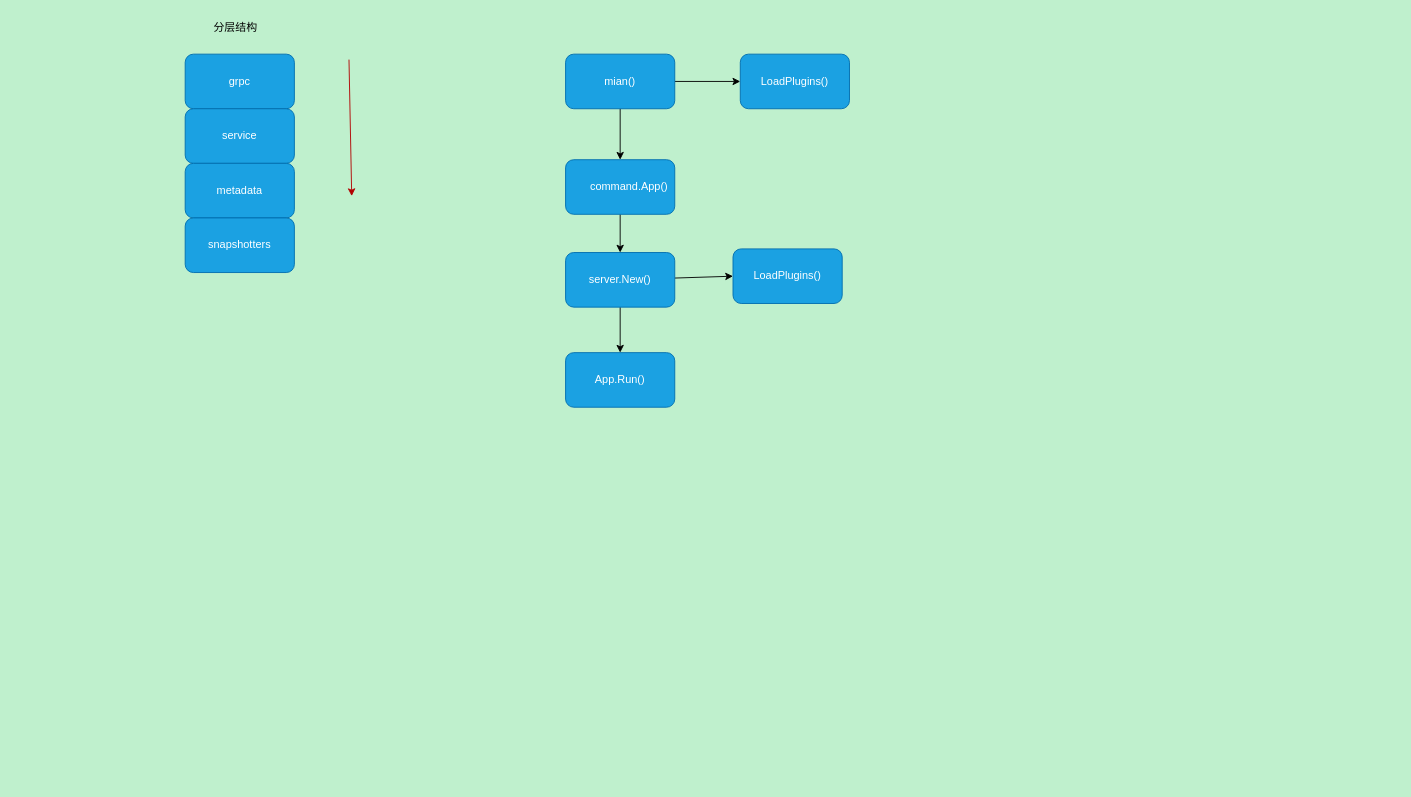
The draw.io diagram drawio/containerd.drawio in NatureLR/blog, before the edit. Source tidied: cells renumbered, new cells numbered last; positions are measured from the earlier drawing's top-left corner, leaving out a move shared by most shapes. Both pictures are drawn from the tidied source at 91%, with x=0, y=0 at pixel (185, 15).
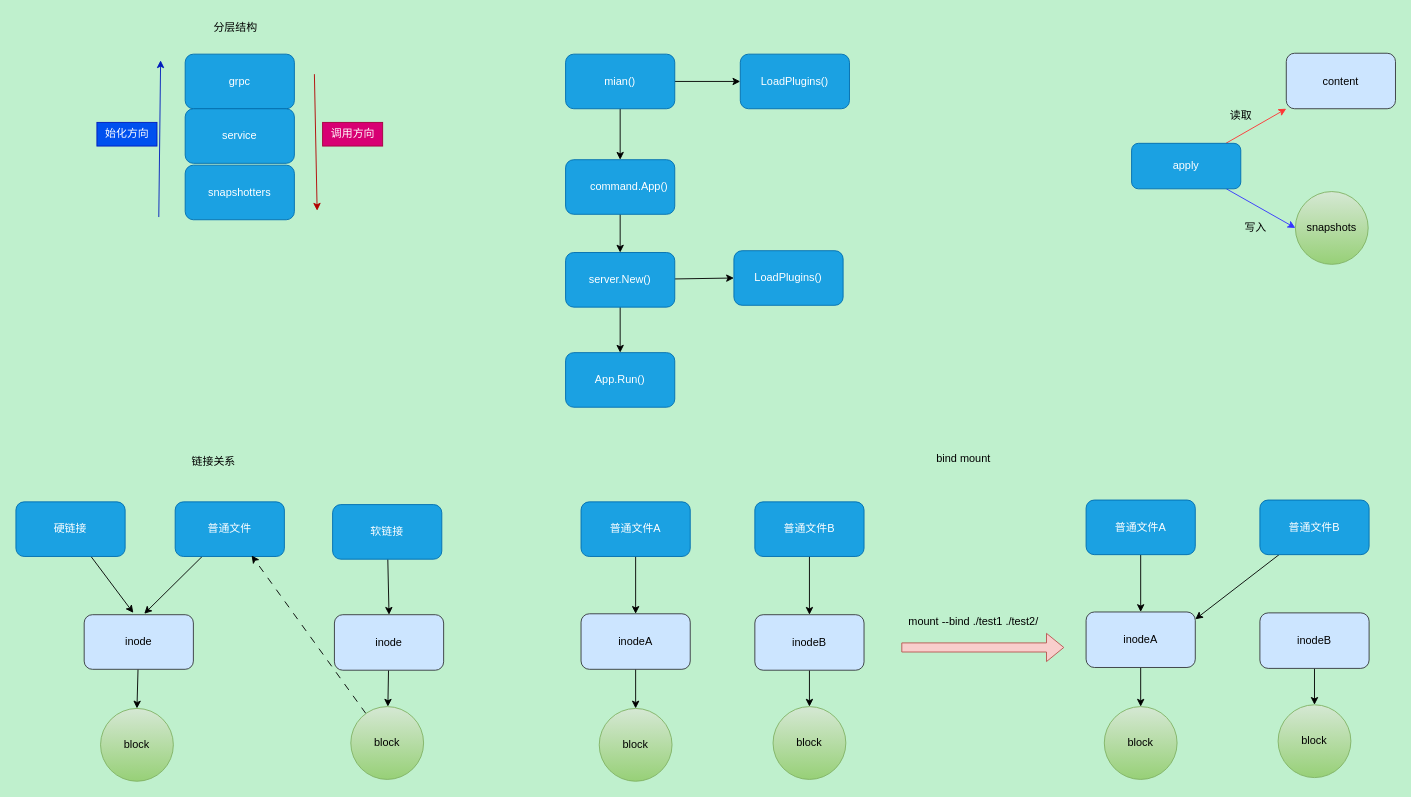
After the change.

The edit, as a diff of the source:
```diff
@@
-    <mxCell id="4" value="metadata" style="rounded=1;whiteSpace=wrap;html=1;fillColor=#1ba1e2;fontColor=#ffffff;strokeColor=#006EAF;" parent="1" vertex="1">
-      <mxGeometry y="162" width="120" height="60" as="geometry" />
-    </mxCell>
     <mxCell id="5" value="snapshotters" style="rounded=1;whiteSpace=wrap;html=1;fillColor=#1ba1e2;fontColor=#ffffff;strokeColor=#006EAF;" parent="1" vertex="1">
-      <mxGeometry y="222" width="120" height="60" as="geometry" />
+      <mxGeometry y="164" width="120" height="60" as="geometry" />
     </mxCell>
     <mxCell id="6" style="endArrow=classic;html=1;fillColor=#e51400;strokeColor=#B20000;" parent="1" edge="1">
       <mxGeometry relative="1" as="geometry">
-        <mxPoint x="180" y="48" as="sourcePoint" />
-        <mxPoint x="183" y="198" as="targetPoint" />
+        <mxPoint x="142" y="64" as="sourcePoint" />
+        <mxPoint x="145" y="214" as="targetPoint" />
       </mxGeometry>
     </mxCell>
@@
     <mxCell id="16" value="LoadPlugins()" style="rounded=1;whiteSpace=wrap;html=1;fillColor=#1ba1e2;fontColor=#ffffff;strokeColor=#006EAF;" parent="1" vertex="1">
-      <mxGeometry x="602" y="256" width="120" height="60" as="geometry" />
+      <mxGeometry x="603" y="258" width="120" height="60" as="geometry" />
     </mxCell>
@@
+    <mxCell id="19" value="调用方向" style="text;html=1;align=center;verticalAlign=middle;fillColor=#d80073;fontColor=#ffffff;strokeColor=#A50040;" parent="1" vertex="1">
+      <mxGeometry x="151" y="117" width="66" height="26" as="geometry" />
+    </mxCell>
+    <mxCell id="20" style="edgeStyle=none;orthogonalLoop=1;jettySize=auto;html=1;fillColor=#0050ef;strokeColor=#001DBC;" parent="1" edge="1">
+      <mxGeometry relative="1" as="geometry">
+        <mxPoint x="-29" y="221" as="sourcePoint" />
+        <mxPoint x="-27" y="48.8" as="targetPoint" />
+      </mxGeometry>
+    </mxCell>
+    <mxCell id="21" value="始化方向" style="text;html=1;align=center;verticalAlign=middle;strokeColor=#001DBC;fillColor=#0050ef;fontColor=#ffffff;" parent="1" vertex="1">
+      <mxGeometry x="-97" y="117" width="66" height="26" as="geometry" />
+    </mxCell>
+    <mxCell id="22" style="edgeStyle=none;html=1;strokeColor=#000000;" parent="1" edge="1" source="23">
+      <mxGeometry relative="1" as="geometry">
+        <mxPoint x="-57" y="656" as="targetPoint" />
+      </mxGeometry>
+    </mxCell>
+    <mxCell id="23" value="硬链接" style="rounded=1;whiteSpace=wrap;html=1;fillColor=#1ba1e2;fontColor=#ffffff;strokeColor=#006EAF;" parent="1" vertex="1">
+      <mxGeometry x="-186" y="534" width="120" height="60" as="geometry" />
+    </mxCell>
+    <mxCell id="24" style="edgeStyle=none;html=1;strokeColor=#000000;" parent="1" edge="1" source="25">
+      <mxGeometry relative="1" as="geometry">
+        <mxPoint x="-45" y="657" as="targetPoint" />
+      </mxGeometry>
+    </mxCell>
+    <mxCell id="25" value="普通文件" style="rounded=1;whiteSpace=wrap;html=1;fillColor=#1ba1e2;fontColor=#ffffff;strokeColor=#006EAF;" parent="1" vertex="1">
+      <mxGeometry x="-11" y="534" width="120" height="60" as="geometry" />
+    </mxCell>
+    <mxCell id="26" style="edgeStyle=none;html=1;entryX=0.5;entryY=0;entryDx=0;entryDy=0;strokeColor=#000000;fontColor=#000000;" parent="1" edge="1" source="27" target="31">
+      <mxGeometry relative="1" as="geometry" />
+    </mxCell>
+    <mxCell id="27" value="软链接" style="rounded=1;whiteSpace=wrap;html=1;fillColor=#1ba1e2;fontColor=#ffffff;strokeColor=#006EAF;" parent="1" vertex="1">
+      <mxGeometry x="162" y="537" width="120" height="60" as="geometry" />
+    </mxCell>
+    <mxCell id="28" style="edgeStyle=none;html=1;entryX=0.5;entryY=0;entryDx=0;entryDy=0;strokeColor=#000000;" parent="1" edge="1" source="29" target="32">
+      <mxGeometry relative="1" as="geometry" />
+    </mxCell>
+    <mxCell id="29" value="&lt;font color=&quot;#000000&quot;&gt;inode&lt;/font&gt;" style="rounded=1;whiteSpace=wrap;html=1;fillColor=#cce5ff;strokeColor=#36393d;" parent="1" vertex="1">
+      <mxGeometry x="-111" y="658" width="120" height="60" as="geometry" />
+    </mxCell>
+    <mxCell id="30" style="edgeStyle=none;html=1;strokeColor=#000000;fontColor=#000000;" parent="1" edge="1" source="31" target="34">
+      <mxGeometry relative="1" as="geometry" />
+    </mxCell>
+    <mxCell id="31" value="&lt;font color=&quot;#000000&quot;&gt;inode&lt;/font&gt;" style="rounded=1;whiteSpace=wrap;html=1;fillColor=#cce5ff;strokeColor=#36393d;" parent="1" vertex="1">
+      <mxGeometry x="164" y="658" width="120" height="61" as="geometry" />
+    </mxCell>
+    <mxCell id="32" value="block" style="ellipse;whiteSpace=wrap;html=1;fillColor=#d5e8d4;gradientColor=#97d077;strokeColor=#82b366;" parent="1" vertex="1">
+      <mxGeometry x="-93" y="761" width="80" height="80" as="geometry" />
+    </mxCell>
+    <mxCell id="33" style="edgeStyle=none;html=1;entryX=0.7;entryY=0.983;entryDx=0;entryDy=0;entryPerimeter=0;strokeColor=#000000;fontColor=#000000;dashed=1;dashPattern=8 8;" parent="1" edge="1" source="34" target="25">
+      <mxGeometry relative="1" as="geometry" />
+    </mxCell>
+    <mxCell id="34" value="block" style="ellipse;whiteSpace=wrap;html=1;fillColor=#d5e8d4;gradientColor=#97d077;strokeColor=#82b366;" parent="1" vertex="1">
+      <mxGeometry x="182" y="759" width="80" height="80" as="geometry" />
+    </mxCell>
+    <mxCell id="35" style="edgeStyle=none;html=1;entryX=0.5;entryY=0;entryDx=0;entryDy=0;strokeColor=#000000;fontColor=#000000;" parent="1" edge="1" source="36" target="41">
+      <mxGeometry relative="1" as="geometry" />
+    </mxCell>
+    <mxCell id="36" value="普通文件A" style="rounded=1;whiteSpace=wrap;html=1;fillColor=#1ba1e2;fontColor=#ffffff;strokeColor=#006EAF;" parent="1" vertex="1">
+      <mxGeometry x="435" y="534" width="120" height="60" as="geometry" />
+    </mxCell>
+    <mxCell id="37" value="链接关系" style="text;html=1;align=center;verticalAlign=middle;strokeColor=none;fillColor=none;fontColor=#000000;" parent="1" vertex="1">
+      <mxGeometry x="-2" y="477" width="66" height="26" as="geometry" />
+    </mxCell>
+    <mxCell id="38" style="edgeStyle=none;html=1;entryX=0.5;entryY=0;entryDx=0;entryDy=0;strokeColor=#000000;fontColor=#000000;" parent="1" edge="1" source="39" target="43">
+      <mxGeometry relative="1" as="geometry" />
+    </mxCell>
+    <mxCell id="39" value="普通文件B" style="rounded=1;whiteSpace=wrap;html=1;fillColor=#1ba1e2;fontColor=#ffffff;strokeColor=#006EAF;" parent="1" vertex="1">
+      <mxGeometry x="626" y="534" width="120" height="60" as="geometry" />
+    </mxCell>
+    <mxCell id="40" style="edgeStyle=none;html=1;entryX=0.5;entryY=0;entryDx=0;entryDy=0;strokeColor=#000000;fontColor=#000000;" parent="1" edge="1" source="41" target="44">
+      <mxGeometry relative="1" as="geometry" />
+    </mxCell>
+    <mxCell id="41" value="&lt;font color=&quot;#000000&quot;&gt;inodeA&lt;/font&gt;" style="rounded=1;whiteSpace=wrap;html=1;fillColor=#cce5ff;strokeColor=#36393d;" parent="1" vertex="1">
+      <mxGeometry x="435" y="657" width="120" height="61" as="geometry" />
+    </mxCell>
+    <mxCell id="42" style="edgeStyle=none;html=1;entryX=0.5;entryY=0;entryDx=0;entryDy=0;strokeColor=#000000;fontColor=#000000;" parent="1" edge="1" source="43" target="45">
+      <mxGeometry relative="1" as="geometry" />
+    </mxCell>
+    <mxCell id="43" value="&lt;font color=&quot;#000000&quot;&gt;inodeB&lt;/font&gt;" style="rounded=1;whiteSpace=wrap;html=1;fillColor=#cce5ff;strokeColor=#36393d;" parent="1" vertex="1">
+      <mxGeometry x="626" y="658" width="120" height="61" as="geometry" />
+    </mxCell>
+    <mxCell id="44" value="block" style="ellipse;whiteSpace=wrap;html=1;fillColor=#d5e8d4;gradientColor=#97d077;strokeColor=#82b366;" parent="1" vertex="1">
+      <mxGeometry x="455" y="761" width="80" height="80" as="geometry" />
+    </mxCell>
+    <mxCell id="45" value="block" style="ellipse;whiteSpace=wrap;html=1;fillColor=#d5e8d4;gradientColor=#97d077;strokeColor=#82b366;" parent="1" vertex="1">
+      <mxGeometry x="646" y="759" width="80" height="80" as="geometry" />
+    </mxCell>
+    <mxCell id="46" style="edgeStyle=none;html=1;entryX=0.5;entryY=0;entryDx=0;entryDy=0;strokeColor=#000000;fontColor=#000000;" parent="1" edge="1" source="47" target="51">
+      <mxGeometry relative="1" as="geometry" />
+    </mxCell>
+    <mxCell id="47" value="普通文件A" style="rounded=1;whiteSpace=wrap;html=1;fillColor=#1ba1e2;fontColor=#ffffff;strokeColor=#006EAF;" parent="1" vertex="1">
+      <mxGeometry x="990" y="532" width="120" height="60" as="geometry" />
+    </mxCell>
+    <mxCell id="48" style="edgeStyle=none;html=1;entryX=1;entryY=0.131;entryDx=0;entryDy=0;entryPerimeter=0;strokeColor=#000000;fontColor=#000000;" parent="1" edge="1" source="49" target="51">
+      <mxGeometry relative="1" as="geometry" />
+    </mxCell>
+    <mxCell id="49" value="普通文件B" style="rounded=1;whiteSpace=wrap;html=1;fillColor=#1ba1e2;fontColor=#ffffff;strokeColor=#006EAF;" parent="1" vertex="1">
+      <mxGeometry x="1181" y="532" width="120" height="60" as="geometry" />
+    </mxCell>
+    <mxCell id="50" style="edgeStyle=none;html=1;entryX=0.5;entryY=0;entryDx=0;entryDy=0;strokeColor=#000000;fontColor=#000000;" parent="1" edge="1" source="51" target="54">
+      <mxGeometry relative="1" as="geometry" />
+    </mxCell>
+    <mxCell id="51" value="&lt;font color=&quot;#000000&quot;&gt;inodeA&lt;/font&gt;" style="rounded=1;whiteSpace=wrap;html=1;fillColor=#cce5ff;strokeColor=#36393d;" parent="1" vertex="1">
+      <mxGeometry x="990" y="655" width="120" height="61" as="geometry" />
+    </mxCell>
+    <mxCell id="52" style="edgeStyle=none;html=1;entryX=0.5;entryY=0;entryDx=0;entryDy=0;strokeColor=#000000;fontColor=#000000;" parent="1" edge="1" source="53" target="55">
+      <mxGeometry relative="1" as="geometry" />
+    </mxCell>
+    <mxCell id="53" value="&lt;font color=&quot;#000000&quot;&gt;inodeB&lt;/font&gt;" style="rounded=1;whiteSpace=wrap;html=1;fillColor=#cce5ff;strokeColor=#36393d;" parent="1" vertex="1">
+      <mxGeometry x="1181" y="656" width="120" height="61" as="geometry" />
+    </mxCell>
+    <mxCell id="54" value="block" style="ellipse;whiteSpace=wrap;html=1;fillColor=#d5e8d4;gradientColor=#97d077;strokeColor=#82b366;" parent="1" vertex="1">
+      <mxGeometry x="1010" y="759" width="80" height="80" as="geometry" />
+    </mxCell>
+    <mxCell id="55" value="block" style="ellipse;whiteSpace=wrap;html=1;fillColor=#d5e8d4;gradientColor=#97d077;strokeColor=#82b366;" parent="1" vertex="1">
+      <mxGeometry x="1201" y="757" width="80" height="80" as="geometry" />
+    </mxCell>
+    <mxCell id="56" value="bind mount" style="text;html=1;align=center;verticalAlign=middle;strokeColor=none;fillColor=none;fontColor=#000000;" parent="1" vertex="1">
+      <mxGeometry x="816" y="474" width="77" height="26" as="geometry" />
+    </mxCell>
+    <mxCell id="57" style="shape=flexArrow;endArrow=classic;html=1;strokeColor=#b85450;fontColor=#000000;fillColor=#f8cecc;" parent="1" edge="1">
+      <mxGeometry relative="1" as="geometry">
+        <mxPoint x="787" y="694" as="sourcePoint" />
+        <mxPoint x="966" y="694" as="targetPoint" />
+      </mxGeometry>
+    </mxCell>
+    <mxCell id="58" value="mount --bind ./test1 ./test2/" style="text;html=1;align=center;verticalAlign=middle;strokeColor=none;fillColor=none;fontColor=#000000;" parent="1" vertex="1">
+      <mxGeometry x="785" y="653" width="161" height="26" as="geometry" />
+    </mxCell>
+    <mxCell id="59" style="edgeStyle=none;html=1;entryX=0;entryY=1;entryDx=0;entryDy=0;strokeColor=#FF3333;" parent="1" edge="1" source="61" target="62">
+      <mxGeometry relative="1" as="geometry" />
+    </mxCell>
+    <mxCell id="60" style="edgeStyle=none;html=1;entryX=0;entryY=0.5;entryDx=0;entryDy=0;strokeColor=#3333FF;" parent="1" edge="1" source="61" target="63">
+      <mxGeometry relative="1" as="geometry" />
+    </mxCell>
+    <mxCell id="61" value="apply" style="rounded=1;whiteSpace=wrap;html=1;fillColor=#1ba1e2;fontColor=#ffffff;strokeColor=#006EAF;" parent="1" vertex="1">
+      <mxGeometry x="1040" y="140" width="120" height="50" as="geometry" />
+    </mxCell>
+    <mxCell id="62" value="&lt;font color=&quot;#000000&quot;&gt;content&lt;/font&gt;" style="rounded=1;whiteSpace=wrap;html=1;fillColor=#cce5ff;strokeColor=#36393d;" parent="1" vertex="1">
+      <mxGeometry x="1210" y="41" width="120" height="61" as="geometry" />
+    </mxCell>
+    <mxCell id="63" value="&lt;font color=&quot;#000000&quot;&gt;snapshots&lt;/font&gt;" style="ellipse;whiteSpace=wrap;html=1;fillColor=#d5e8d4;gradientColor=#97d077;strokeColor=#82b366;" parent="1" vertex="1">
+      <mxGeometry x="1220" y="193" width="80" height="80" as="geometry" />
+    </mxCell>
+    <mxCell id="64" value="读取" style="text;html=1;align=center;verticalAlign=middle;strokeColor=none;fillColor=none;fontColor=#000000;" parent="1" vertex="1">
+      <mxGeometry x="1135" y="95" width="50" height="30" as="geometry" />
+    </mxCell>
+    <mxCell id="65" value="写入" style="text;html=1;align=center;verticalAlign=middle;strokeColor=none;fillColor=none;fontColor=#000000;" parent="1" vertex="1">
+      <mxGeometry x="1151" y="218" width="50" height="30" as="geometry" />
+    </mxCell>
```
